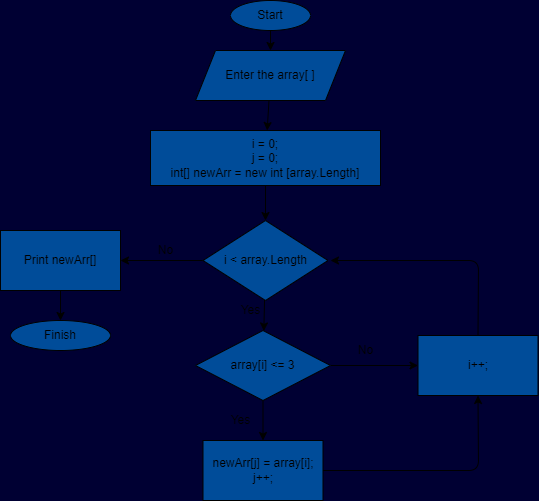
The draw.io diagram Block-Scheme.drawio.png in Kate-belozerts/FinalWork, before a commit. Source tidied: cells renumbered, new cells last; positions are measured from the earlier drawing's top-left corner, leaving out a move shared by most shapes.
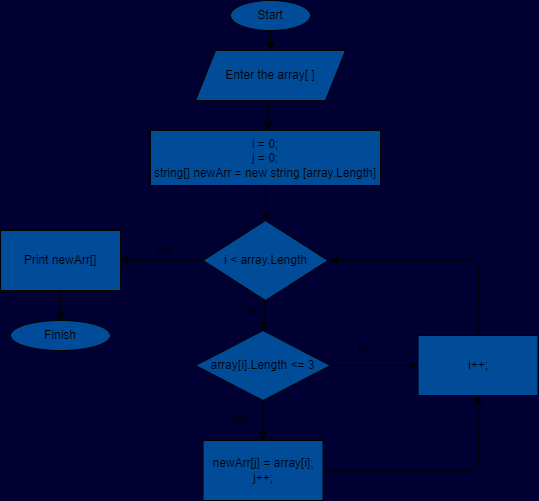
After the change.

Diff of the diagram source:
```diff
@@ -17,7 +17,7 @@
     <mxCell id="6" style="edgeStyle=none;html=1;fillColor=#004C99;" parent="1" edge="1" source="7" target="10">
       <mxGeometry relative="1" as="geometry" />
     </mxCell>
-    <mxCell id="7" value="i = 0;&lt;br&gt;j = 0;&lt;br&gt;int[] newArr = new int [array.Length]" style="whiteSpace=wrap;html=1;fillColor=#004C99;" parent="1" vertex="1">
+    <mxCell id="7" value="i = 0;&lt;br&gt;j = 0;&lt;br&gt;string[] newArr = new string [array.Length]" style="whiteSpace=wrap;html=1;fillColor=#004C99;" parent="1" vertex="1">
       <mxGeometry x="150" y="130" width="230" height="55" as="geometry" />
     </mxCell>
     <mxCell id="8" style="edgeStyle=none;html=1;fillColor=#004C99;" parent="1" edge="1" source="10" target="13">
@@ -35,7 +35,7 @@
     <mxCell id="12" style="edgeStyle=none;html=1;fillColor=#004C99;" parent="1" edge="1" source="13" target="17">
       <mxGeometry relative="1" as="geometry" />
     </mxCell>
-    <mxCell id="13" value="array[i] &amp;lt;= 3" style="rhombus;whiteSpace=wrap;html=1;fillColor=#004C99;" parent="1" vertex="1">
+    <mxCell id="13" value="array[i].Length &amp;lt;= 3" style="rhombus;whiteSpace=wrap;html=1;fillColor=#004C99;" parent="1" vertex="1">
       <mxGeometry x="195" y="330" width="135" height="70" as="geometry" />
     </mxCell>
     <mxCell id="14" style="edgeStyle=none;html=1;exitX=1;exitY=0.5;exitDx=0;exitDy=0;entryX=0.5;entryY=1;entryDx=0;entryDy=0;fillColor=#004C99;" parent="1" edge="1" source="15" target="17">
```
